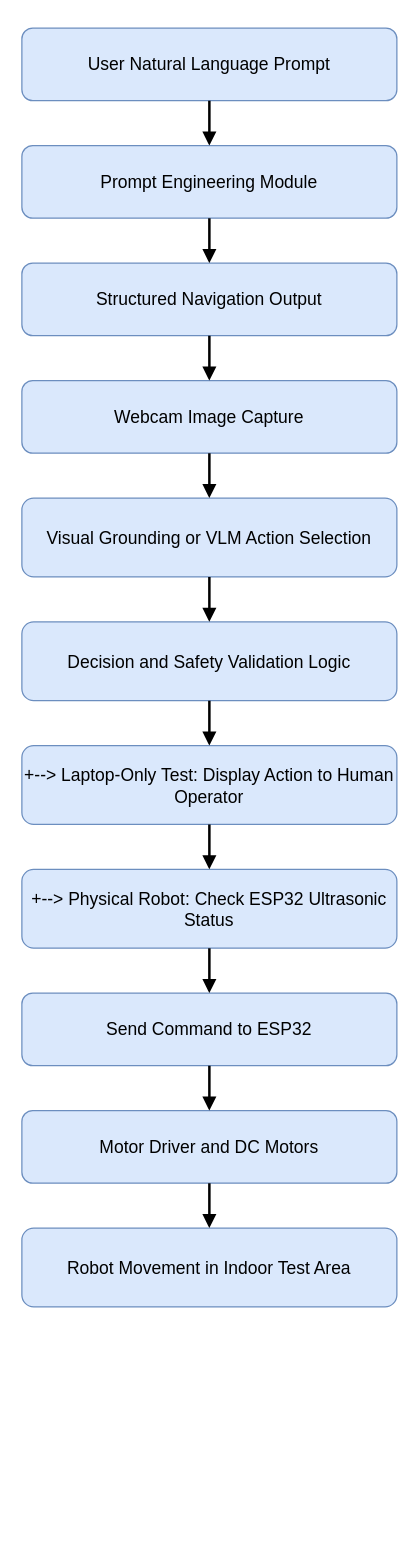
amfarhnn/VLM-Based-Robot-Navigation keeps this draw.io diagram as drawio/chapter_3/figure_3_2_proposed_system_architecture.drawio. Above is the earlier version. Source tidied: cells renumbered, new cells numbered last; positions are measured from the earlier drawing's top-left corner, leaving out a move shared by most shapes. Both pictures are drawn from the tidied source at 125%, with x=0, y=0 at pixel (21, 28).
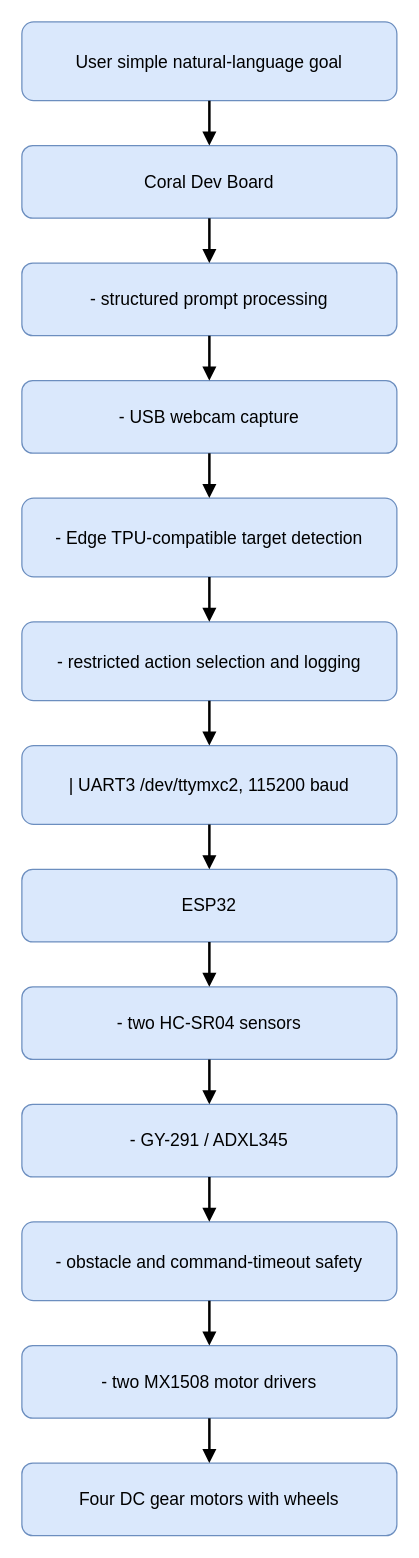
The same page after the edit.

Diff of the diagram source:
```diff
@@
-    <mxCell id="2" value="User Natural Language Prompt" style="rounded=1;whiteSpace=wrap;html=1;fillColor=#dae8fc;strokeColor=#6c8ebf;fontSize=14;" parent="1" vertex="1">
-      <mxGeometry width="300" height="58" as="geometry" />
+    <mxCell id="2" value="User simple natural-language goal" style="rounded=1;whiteSpace=wrap;html=1;fillColor=#dae8fc;strokeColor=#6c8ebf;fontSize=14;" parent="1" vertex="1">
+      <mxGeometry y="-5" width="300" height="63" as="geometry" />
     </mxCell>
-    <mxCell id="3" value="Prompt Engineering Module" style="rounded=1;whiteSpace=wrap;html=1;fillColor=#dae8fc;strokeColor=#6c8ebf;fontSize=14;" parent="1" vertex="1">
+    <mxCell id="3" value="Coral Dev Board" style="rounded=1;whiteSpace=wrap;html=1;fillColor=#dae8fc;strokeColor=#6c8ebf;fontSize=14;" parent="1" vertex="1">
       <mxGeometry y="94" width="300" height="58" as="geometry" />
     </mxCell>
@@
-    <mxCell id="5" value="Structured Navigation Output" style="rounded=1;whiteSpace=wrap;html=1;fillColor=#dae8fc;strokeColor=#6c8ebf;fontSize=14;" parent="1" vertex="1">
+    <mxCell id="5" value="- structured prompt processing" style="rounded=1;whiteSpace=wrap;html=1;fillColor=#dae8fc;strokeColor=#6c8ebf;fontSize=14;" parent="1" vertex="1">
       <mxGeometry y="188" width="300" height="58" as="geometry" />
     </mxCell>
@@
-    <mxCell id="7" value="Webcam Image Capture" style="rounded=1;whiteSpace=wrap;html=1;fillColor=#dae8fc;strokeColor=#6c8ebf;fontSize=14;" parent="1" vertex="1">
+    <mxCell id="7" value="- USB webcam capture" style="rounded=1;whiteSpace=wrap;html=1;fillColor=#dae8fc;strokeColor=#6c8ebf;fontSize=14;" parent="1" vertex="1">
       <mxGeometry y="282" width="300" height="58" as="geometry" />
     </mxCell>
@@
-    <mxCell id="9" value="Visual Grounding or VLM Action Selection" style="rounded=1;whiteSpace=wrap;html=1;fillColor=#dae8fc;strokeColor=#6c8ebf;fontSize=14;" parent="1" vertex="1">
+    <mxCell id="9" value="- Edge TPU-compatible target detection" style="rounded=1;whiteSpace=wrap;html=1;fillColor=#dae8fc;strokeColor=#6c8ebf;fontSize=14;" parent="1" vertex="1">
       <mxGeometry y="376" width="300" height="63" as="geometry" />
     </mxCell>
@@
-    <mxCell id="11" value="Decision and Safety Validation Logic" style="rounded=1;whiteSpace=wrap;html=1;fillColor=#dae8fc;strokeColor=#6c8ebf;fontSize=14;" parent="1" vertex="1">
+    <mxCell id="11" value="- restricted action selection and logging" style="rounded=1;whiteSpace=wrap;html=1;fillColor=#dae8fc;strokeColor=#6c8ebf;fontSize=14;" parent="1" vertex="1">
       <mxGeometry y="475" width="300" height="63" as="geometry" />
     </mxCell>
@@
-    <mxCell id="13" value="+--&gt; Laptop-Only Test: Display Action to Human Operator" style="rounded=1;whiteSpace=wrap;html=1;fillColor=#dae8fc;strokeColor=#6c8ebf;fontSize=14;" parent="1" vertex="1">
+    <mxCell id="13" value="| UART3 /dev/ttymxc2, 115200 baud" style="rounded=1;whiteSpace=wrap;html=1;fillColor=#dae8fc;strokeColor=#6c8ebf;fontSize=14;" parent="1" vertex="1">
       <mxGeometry y="574" width="300" height="63" as="geometry" />
     </mxCell>
@@
-    <mxCell id="15" value="+--&gt; Physical Robot: Check ESP32 Ultrasonic Status" style="rounded=1;whiteSpace=wrap;html=1;fillColor=#dae8fc;strokeColor=#6c8ebf;fontSize=14;" parent="1" vertex="1">
-      <mxGeometry y="673" width="300" height="63" as="geometry" />
+    <mxCell id="15" value="ESP32" style="rounded=1;whiteSpace=wrap;html=1;fillColor=#dae8fc;strokeColor=#6c8ebf;fontSize=14;" parent="1" vertex="1">
+      <mxGeometry y="673" width="300" height="58" as="geometry" />
     </mxCell>
@@
-    <mxCell id="17" value="Send Command to ESP32" style="rounded=1;whiteSpace=wrap;html=1;fillColor=#dae8fc;strokeColor=#6c8ebf;fontSize=14;" parent="1" vertex="1">
-      <mxGeometry y="772" width="300" height="58" as="geometry" />
+    <mxCell id="17" value="- two HC-SR04 sensors" style="rounded=1;whiteSpace=wrap;html=1;fillColor=#dae8fc;strokeColor=#6c8ebf;fontSize=14;" parent="1" vertex="1">
+      <mxGeometry y="767" width="300" height="58" as="geometry" />
     </mxCell>
@@
-    <mxCell id="19" value="Motor Driver and DC Motors" style="rounded=1;whiteSpace=wrap;html=1;fillColor=#dae8fc;strokeColor=#6c8ebf;fontSize=14;" parent="1" vertex="1">
-      <mxGeometry y="866" width="300" height="58" as="geometry" />
+    <mxCell id="19" value="- GY-291 / ADXL345" style="rounded=1;whiteSpace=wrap;html=1;fillColor=#dae8fc;strokeColor=#6c8ebf;fontSize=14;" parent="1" vertex="1">
+      <mxGeometry y="861" width="300" height="58" as="geometry" />
     </mxCell>
@@
-    <mxCell id="21" value="Robot Movement in Indoor Test Area" style="rounded=1;whiteSpace=wrap;html=1;fillColor=#dae8fc;strokeColor=#6c8ebf;fontSize=14;" parent="1" vertex="1">
-      <mxGeometry y="960" width="300" height="63" as="geometry" />
+    <mxCell id="21" value="- obstacle and command-timeout safety" style="rounded=1;whiteSpace=wrap;html=1;fillColor=#dae8fc;strokeColor=#6c8ebf;fontSize=14;" parent="1" vertex="1">
+      <mxGeometry y="955" width="300" height="63" as="geometry" />
     </mxCell>
@@
+    <mxCell id="23" value="- two MX1508 motor drivers" style="rounded=1;whiteSpace=wrap;html=1;fillColor=#dae8fc;strokeColor=#6c8ebf;fontSize=14;" parent="1" vertex="1">
+      <mxGeometry y="1054" width="300" height="58" as="geometry" />
+    </mxCell>
+    <mxCell id="24" style="edgeStyle=orthogonalEdgeStyle;rounded=0;jettySize=auto;html=1;endArrow=block;endFill=1;strokeWidth=2;" parent="1" edge="1" source="21" target="23">
+      <mxGeometry relative="1" as="geometry" />
+    </mxCell>
+    <mxCell id="25" value="Four DC gear motors with wheels" style="rounded=1;whiteSpace=wrap;html=1;fillColor=#dae8fc;strokeColor=#6c8ebf;fontSize=14;" parent="1" vertex="1">
+      <mxGeometry y="1148" width="300" height="58" as="geometry" />
+    </mxCell>
+    <mxCell id="26" style="edgeStyle=orthogonalEdgeStyle;rounded=0;jettySize=auto;html=1;endArrow=block;endFill=1;strokeWidth=2;" parent="1" edge="1" source="23" target="25">
+      <mxGeometry relative="1" as="geometry" />
+    </mxCell>
```
